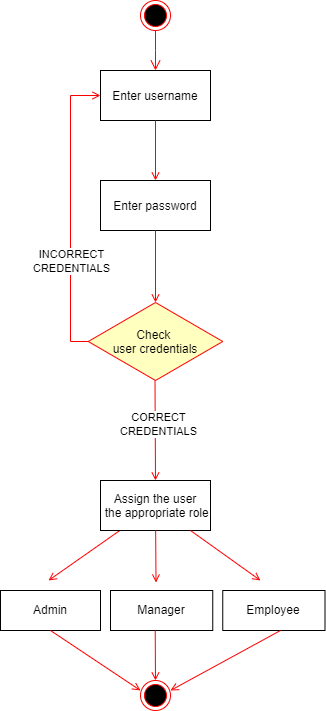
The draw.io diagram Activity Diagrams/Authentication Activity Diagram.drawio.png in Arisa-Ndreu/AEMS--Project, before a commit. Source tidied: cells renumbered, new cells last; positions are measured from the earlier drawing's top-left corner, leaving out a move shared by most shapes.
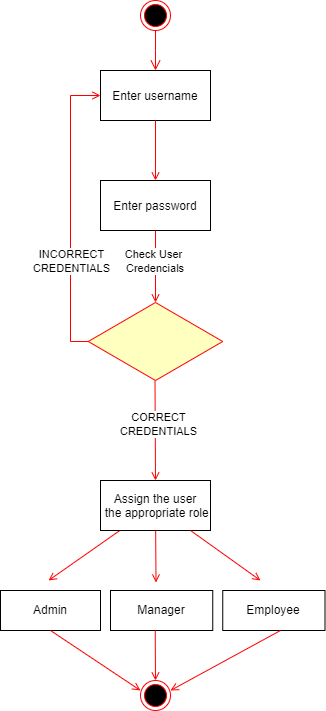
Later version of the same file.

Diff of the diagram source:
```diff
@@ -44,7 +44,10 @@
     <mxCell id="11" style="endArrow=open;strokeColor=#FF0000;endFill=1;rounded=0;" parent="1" edge="1" source="5" target="12">
       <mxGeometry relative="1" as="geometry" />
     </mxCell>
+    <mxCell id="26" value="Check User&lt;br&gt;&amp;nbsp;Credencials" style="edgeLabel;html=1;align=center;verticalAlign=middle;" parent="11" vertex="1">
+      <mxGeometry x="-0.18" y="-3" relative="1" as="geometry" />
+    </mxCell>
-    <mxCell id="12" value="Check &#10;user credentials" style="rhombus;fillColor=#ffffc0;strokeColor=#ff0000;" parent="1" vertex="1">
+    <mxCell id="12" style="rhombus;fillColor=#ffffc0;strokeColor=#ff0000;" parent="1" vertex="1">
       <mxGeometry x="87.8" y="302" width="134.5" height="78" as="geometry" />
     </mxCell>
     <mxCell id="13" style="endArrow=open;strokeColor=#FF0000;endFill=1;rounded=0;entryX=0.5;entryY=0;entryDx=0;entryDy=0;" parent="1" edge="1" target="7">
```
